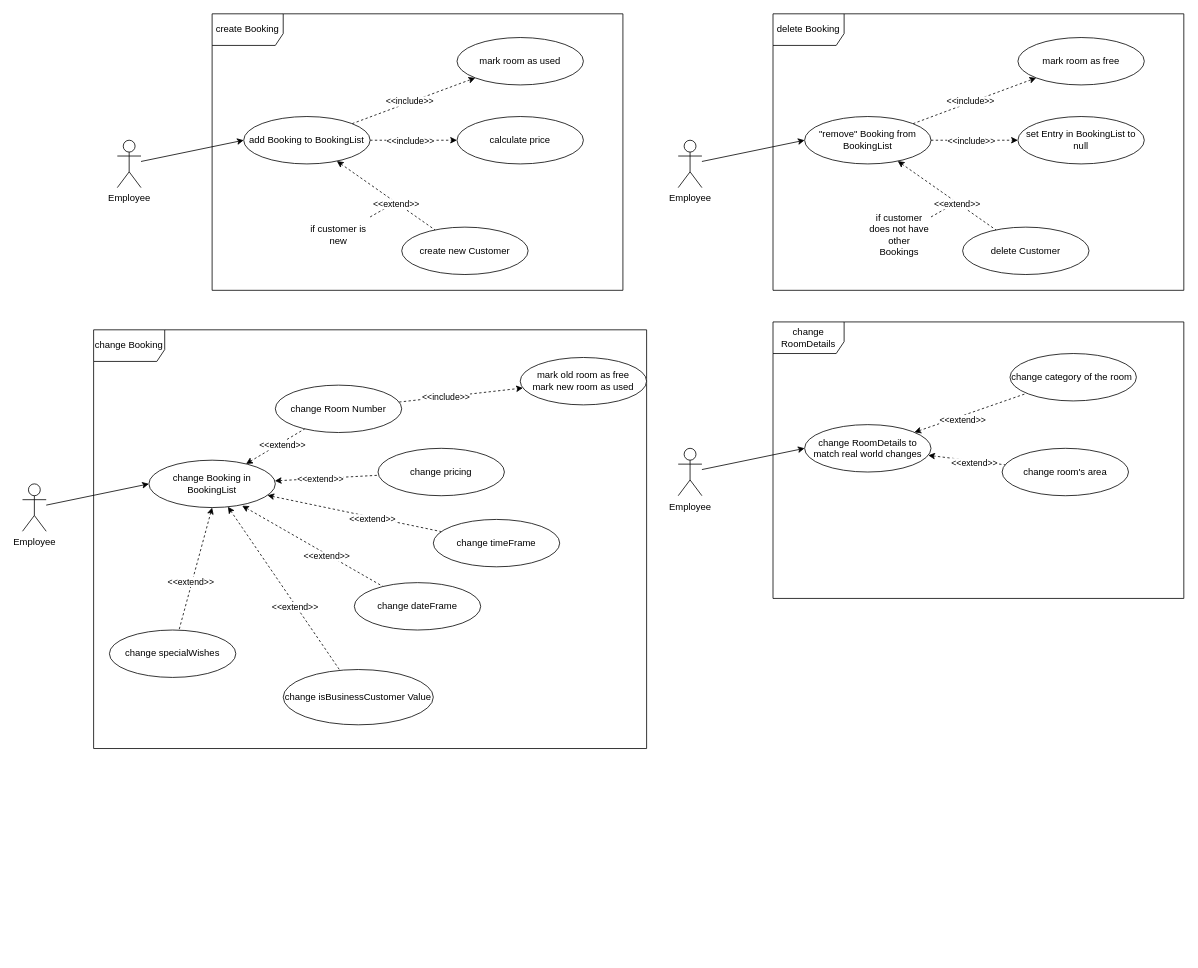
fh-erfurt/Businesshotel-Roommanager keeps this draw.io diagram as Use Case Diagramme.drawio. Above is the earlier version. Source tidied: cells renumbered, new cells numbered last; positions are measured from the earlier drawing's top-left corner, leaving out a move shared by most shapes. Both pictures are drawn from the tidied source at 79%, with x=0, y=0 at pixel (22, 13).
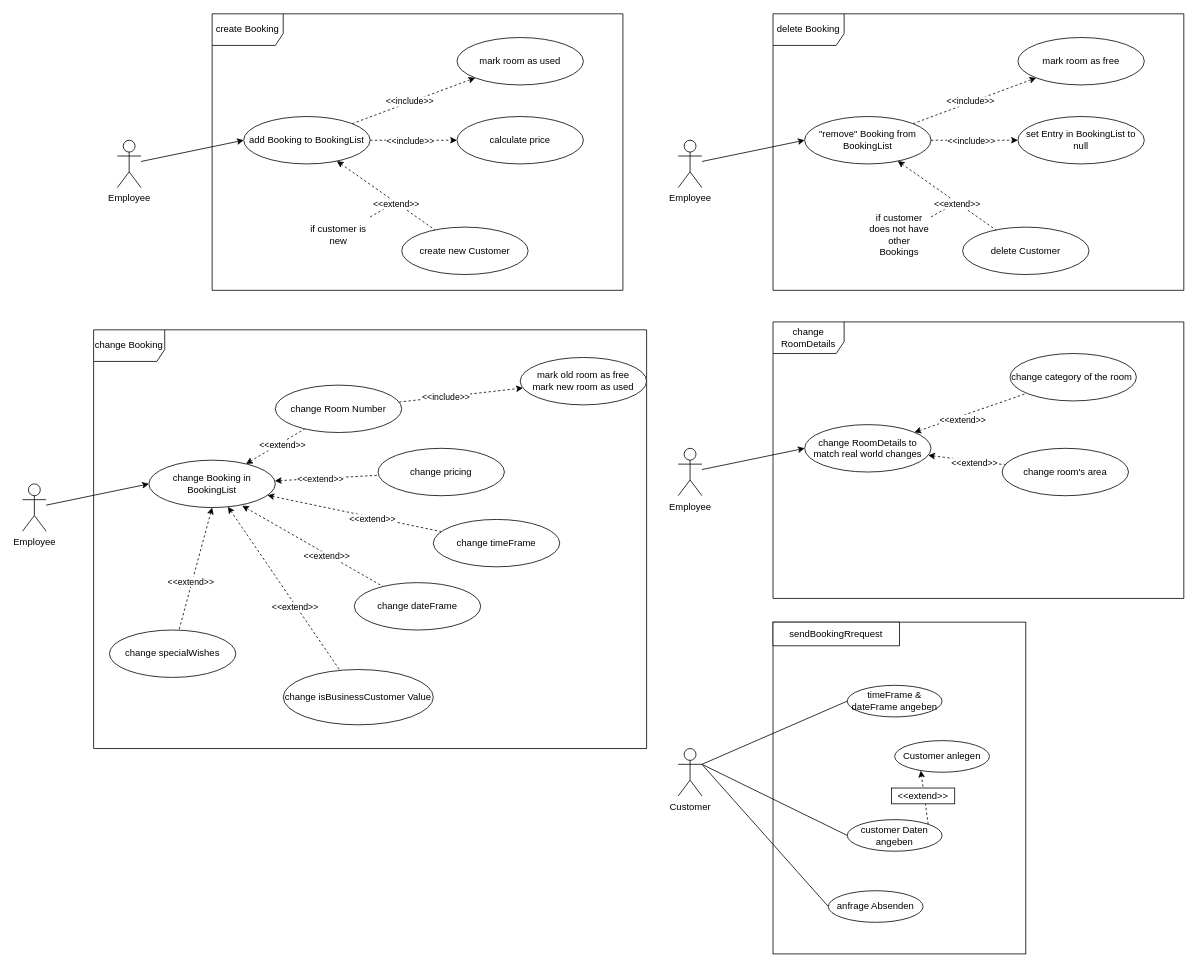
The same page after the edit.

Commit message:
ContactDetails Addresse atomarisiert

Change to the diagram source:
```diff
@@
+    <mxCell id="67" style="rounded=0;whiteSpace=wrap;html=1;" parent="1" vertex="1">
+      <mxGeometry x="950" y="770" width="320" height="420" as="geometry" />
+    </mxCell>
+    <mxCell id="68" value="sendBookingRrequest" style="rounded=0;whiteSpace=wrap;html=1;" parent="1" vertex="1">
+      <mxGeometry x="950" y="770" width="160" height="30" as="geometry" />
+    </mxCell>
+    <mxCell id="69" style="edgeStyle=none;rounded=0;jettySize=auto;html=1;exitX=1;exitY=0.3333333333333333;exitDx=0;exitDy=0;exitPerimeter=0;entryX=0;entryY=0.5;entryDx=0;entryDy=0;endArrow=none;endFill=0;" parent="1" edge="1" source="72" target="73">
+      <mxGeometry relative="1" as="geometry" />
+    </mxCell>
+    <mxCell id="70" style="edgeStyle=none;rounded=0;jettySize=auto;html=1;exitX=1;exitY=0.3333333333333333;exitDx=0;exitDy=0;exitPerimeter=0;entryX=0;entryY=0.5;entryDx=0;entryDy=0;endArrow=none;endFill=0;" parent="1" edge="1" source="72" target="76">
+      <mxGeometry relative="1" as="geometry" />
+    </mxCell>
+    <mxCell id="71" style="edgeStyle=none;rounded=0;jettySize=auto;html=1;exitX=1;exitY=0.3333333333333333;exitDx=0;exitDy=0;exitPerimeter=0;entryX=0;entryY=0.5;entryDx=0;entryDy=0;endArrow=none;endFill=0;" parent="1" edge="1" source="72" target="77">
+      <mxGeometry relative="1" as="geometry" />
+    </mxCell>
+    <mxCell id="72" value="Customer" style="shape=umlActor;verticalLabelPosition=bottom;labelBackgroundColor=#ffffff;verticalAlign=top;html=1;outlineConnect=0;" parent="1" vertex="1">
+      <mxGeometry x="830" y="930" width="30" height="60" as="geometry" />
+    </mxCell>
+    <mxCell id="73" value="timeFrame &amp;amp; dateFrame angeben" style="ellipse;whiteSpace=wrap;html=1;" parent="1" vertex="1">
+      <mxGeometry x="1044" y="850" width="120" height="40" as="geometry" />
+    </mxCell>
+    <mxCell id="74" value="Customer anlegen" style="ellipse;whiteSpace=wrap;html=1;" parent="1" vertex="1">
+      <mxGeometry x="1104" y="920" width="120" height="40" as="geometry" />
+    </mxCell>
+    <mxCell id="75" style="edgeStyle=none;rounded=0;jettySize=auto;html=1;exitX=1;exitY=0;exitDx=0;exitDy=0;entryX=0.275;entryY=0.95;entryDx=0;entryDy=0;endArrow=classic;endFill=1;dashed=1;entryPerimeter=0;" parent="1" edge="1" source="76" target="74">
+      <mxGeometry relative="1" as="geometry" />
+    </mxCell>
+    <mxCell id="76" value="customer Daten angeben" style="ellipse;whiteSpace=wrap;html=1;" parent="1" vertex="1">
+      <mxGeometry x="1044" y="1020" width="120" height="40" as="geometry" />
+    </mxCell>
+    <mxCell id="77" value="anfrage Absenden" style="ellipse;whiteSpace=wrap;html=1;" parent="1" vertex="1">
+      <mxGeometry x="1020" y="1110" width="120" height="40" as="geometry" />
+    </mxCell>
+    <mxCell id="78" value="&amp;lt;&amp;lt;extend&amp;gt;&amp;gt;" style="rounded=0;whiteSpace=wrap;html=1;" parent="1" vertex="1">
+      <mxGeometry x="1100" y="980" width="80" height="20" as="geometry" />
+    </mxCell>
```
